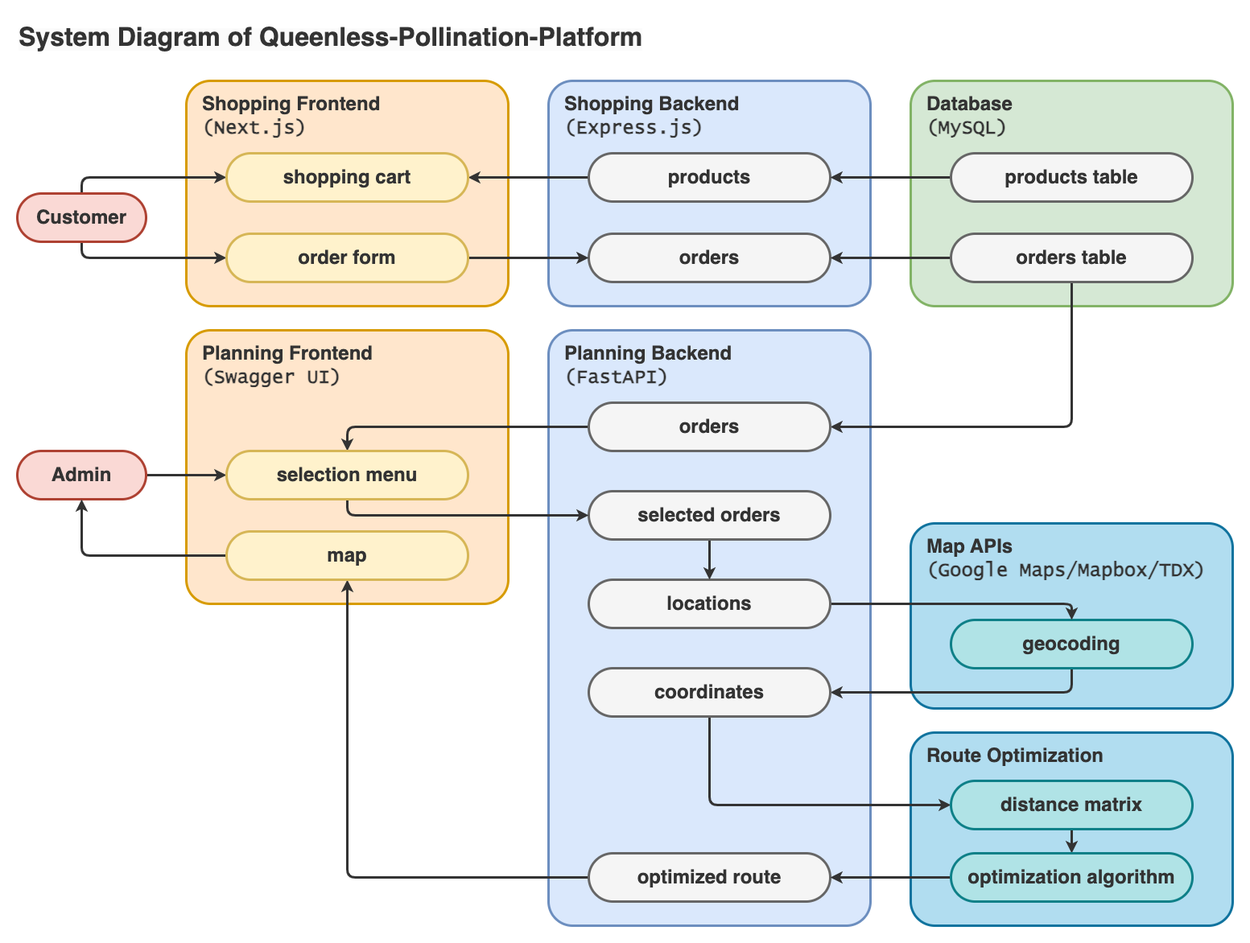
Above: system-diagram.drawio.png in andrewchiull/Queenless-Pollination-Platform (draw.io), before the change. Source tidied: cells renumbered, new cells last; positions are measured from the earlier drawing's top-left corner, leaving out a move shared by most shapes.
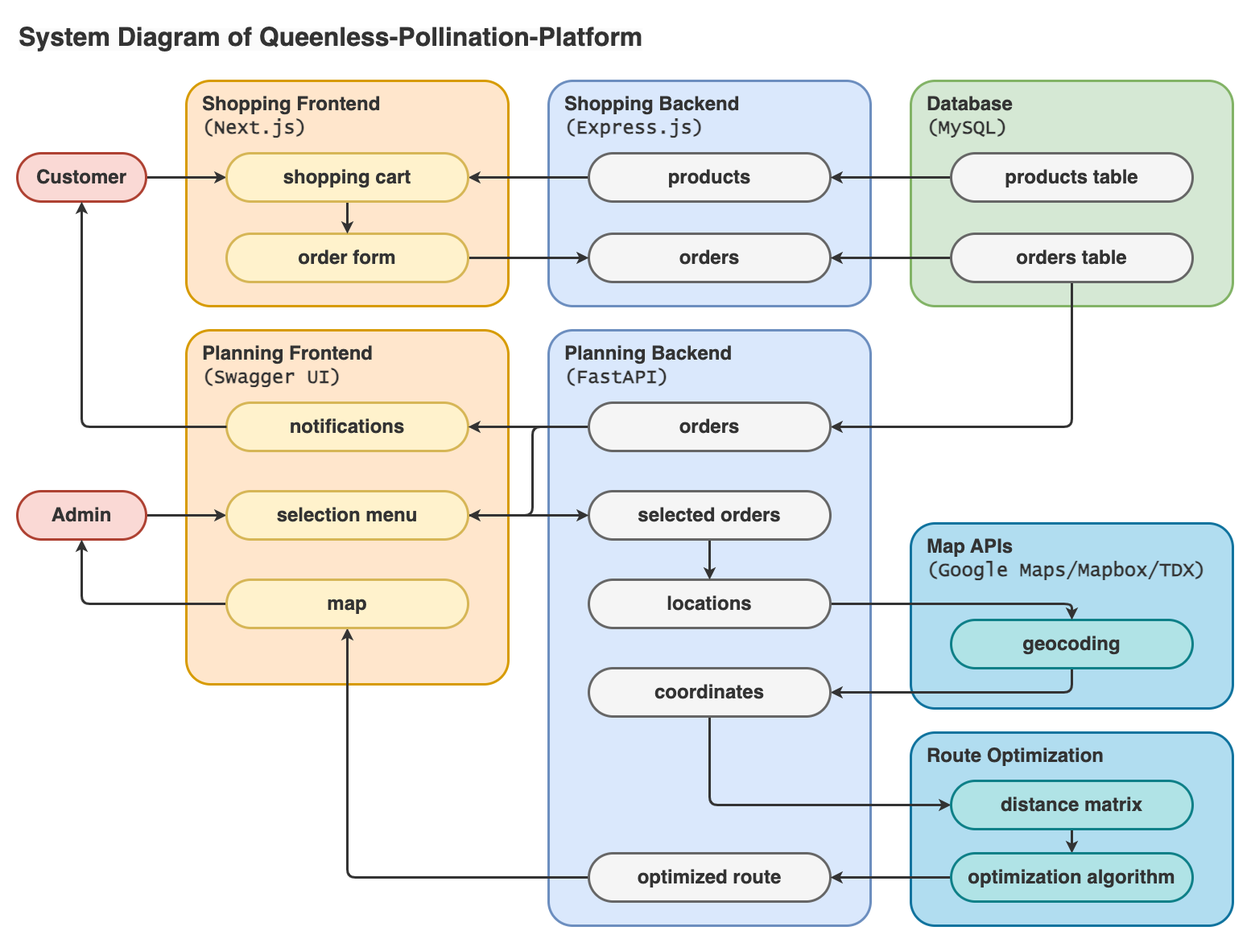
After the commit.

Commit message:
Add `notifications` in the diagram

What changed in the source:
```diff
@@ -27,7 +27,7 @@
       </mxGeometry>
     </mxCell>
     <mxCell id="9" value="&lt;b&gt;Planning Frontend&lt;br&gt;&lt;/b&gt;&lt;span style=&quot;font-family: &amp;quot;Lucida Console&amp;quot;; font-weight: 700;&quot;&gt;(Swagger UI)&lt;/span&gt;&lt;b&gt;&lt;br&gt;&lt;/b&gt;" style="rounded=1;whiteSpace=wrap;html=1;fontFamily=Helvetica;fontSize=24;align=left;strokeColor=#d79b00;strokeWidth=3;fillColor=#ffe6cc;verticalAlign=top;labelPosition=center;verticalLabelPosition=middle;spacing=0;spacingTop=10;spacingLeft=20;fontStyle=1;arcSize=60;absoluteArcSize=1;fontColor=#333333;" parent="1" vertex="1">
-      <mxGeometry x="210" y="390" width="400" height="340" as="geometry" />
+      <mxGeometry x="210" y="390" width="400" height="440" as="geometry" />
     </mxCell>
     <mxCell id="10" style="edgeStyle=orthogonalEdgeStyle;rounded=0;jumpStyle=none;orthogonalLoop=1;jettySize=auto;elbow=vertical;html=1;exitX=0;exitY=0.5;exitDx=0;exitDy=0;strokeColor=#333333;strokeWidth=3;fontSize=16;fontColor=#333333;startArrow=none;startFill=0;endSize=16;sourcePerimeterSpacing=10;targetPerimeterSpacing=10;fillColor=none;" parent="1" edge="1">
       <mxGeometry relative="1" as="geometry">
@@ -53,20 +53,17 @@
     <mxCell id="16" value="products" style="rounded=1;whiteSpace=wrap;html=1;fontSize=24;fillColor=#f5f5f5;strokeColor=#666666;strokeWidth=3;fontStyle=1;spacing=0;spacingTop=0;spacingLeft=0;fontColor=#333333;arcSize=60;absoluteArcSize=1;" parent="1" vertex="1">
       <mxGeometry x="710" y="170" width="300" height="60" as="geometry" />
     </mxCell>
-    <mxCell id="17" style="edgeStyle=orthogonalEdgeStyle;html=1;exitX=0.5;exitY=0;exitDx=0;exitDy=0;entryX=0;entryY=0.5;entryDx=0;entryDy=0;fontColor=#333333;strokeWidth=3;strokeColor=#333333;" parent="1" edge="1" source="19" target="24">
+    <mxCell id="17" style="edgeStyle=orthogonalEdgeStyle;html=1;exitX=1;exitY=0.5;exitDx=0;exitDy=0;entryX=0;entryY=0.5;entryDx=0;entryDy=0;fontColor=#333333;strokeWidth=3;strokeColor=#333333;" parent="1" edge="1" source="19" target="24">
       <mxGeometry relative="1" as="geometry" />
     </mxCell>
-    <mxCell id="18" style="edgeStyle=orthogonalEdgeStyle;html=1;exitX=0.5;exitY=1;exitDx=0;exitDy=0;entryX=0;entryY=0.5;entryDx=0;entryDy=0;fontColor=#333333;strokeWidth=3;strokeColor=#333333;" parent="1" edge="1" source="19" target="23">
-      <mxGeometry relative="1" as="geometry" />
-    </mxCell>
     <mxCell id="19" value="&lt;span style=&quot;&quot;&gt;Customer&lt;/span&gt;" style="rounded=1;whiteSpace=wrap;html=1;fontSize=24;fillColor=#fad9d5;strokeColor=#ae4132;strokeWidth=3;fontStyle=1;spacing=0;spacingTop=0;spacingLeft=0;arcSize=60;absoluteArcSize=1;fontColor=#333333;" parent="1" vertex="1">
-      <mxGeometry y="220" width="160" height="60" as="geometry" />
+      <mxGeometry y="170" width="160" height="60" as="geometry" />
     </mxCell>
     <mxCell id="20" style="edgeStyle=orthogonalEdgeStyle;html=1;exitX=1;exitY=0.5;exitDx=0;exitDy=0;entryX=0;entryY=0.5;entryDx=0;entryDy=0;fontColor=#333333;strokeWidth=3;strokeColor=#333333;" parent="1" edge="1" source="21" target="47">
       <mxGeometry relative="1" as="geometry" />
     </mxCell>
     <mxCell id="21" value="&lt;span style=&quot;&quot;&gt;Admin&lt;/span&gt;" style="rounded=1;whiteSpace=wrap;html=1;fontSize=24;fillColor=#fad9d5;strokeColor=#ae4132;strokeWidth=3;fontStyle=1;spacing=0;spacingTop=0;spacingLeft=0;arcSize=60;absoluteArcSize=1;fontColor=#333333;" parent="1" vertex="1">
-      <mxGeometry y="540" width="160" height="60" as="geometry" />
+      <mxGeometry y="590" width="160" height="60" as="geometry" />
     </mxCell>
     <mxCell id="22" style="edgeStyle=orthogonalEdgeStyle;html=1;exitX=1;exitY=0.5;exitDx=0;exitDy=0;entryX=0;entryY=0.5;entryDx=0;entryDy=0;strokeWidth=3;fontColor=#333333;strokeColor=#333333;" parent="1" edge="1" source="23" target="14">
       <mxGeometry relative="1" as="geometry" />
@@ -74,6 +71,9 @@
     <mxCell id="23" value="&lt;span style=&quot;&quot;&gt;order form&lt;/span&gt;" style="rounded=1;whiteSpace=wrap;html=1;fontSize=24;fillColor=#fff2cc;strokeColor=#d6b656;strokeWidth=3;fontStyle=1;spacing=0;spacingTop=0;spacingLeft=0;arcSize=60;absoluteArcSize=1;fontColor=#333333;" parent="1" vertex="1">
       <mxGeometry x="260" y="270" width="300" height="60" as="geometry" />
     </mxCell>
+    <mxCell id="48" style="edgeStyle=orthogonalEdgeStyle;shape=connector;rounded=1;html=1;exitX=0.5;exitY=1;exitDx=0;exitDy=0;entryX=0.5;entryY=0;entryDx=0;entryDy=0;labelBackgroundColor=default;strokeColor=#333333;strokeWidth=3;fontFamily=Helvetica;fontSize=11;fontColor=#333333;endArrow=classic;" parent="1" edge="1" source="24" target="23">
+      <mxGeometry relative="1" as="geometry" />
+    </mxCell>
     <mxCell id="24" value="&lt;span style=&quot;&quot;&gt;shopping cart&lt;/span&gt;" style="rounded=1;whiteSpace=wrap;html=1;fontSize=24;fillColor=#fff2cc;strokeColor=#d6b656;strokeWidth=3;fontStyle=1;spacing=0;spacingTop=0;spacingLeft=0;arcSize=60;absoluteArcSize=1;fontColor=#333333;" parent="1" vertex="1">
       <mxGeometry x="260" y="170" width="300" height="60" as="geometry" />
     </mxCell>
@@ -110,9 +110,20 @@
     <mxCell id="35" value="orders table" style="rounded=1;whiteSpace=wrap;html=1;fontSize=24;strokeWidth=3;fontStyle=1;spacing=0;spacingTop=0;spacingLeft=0;fillColor=#f5f5f5;strokeColor=#666666;fontColor=#333333;arcSize=60;absoluteArcSize=1;" parent="1" vertex="1">
       <mxGeometry x="1160" y="270" width="300" height="60" as="geometry" />
     </mxCell>
-    <mxCell id="36" style="edgeStyle=orthogonalEdgeStyle;html=1;exitX=0;exitY=0.5;exitDx=0;exitDy=0;entryX=0.5;entryY=0;entryDx=0;entryDy=0;strokeWidth=3;fontColor=#333333;strokeColor=#333333;" parent="1" edge="1" source="37" target="47">
-      <mxGeometry relative="1" as="geometry" />
+    <mxCell id="36" style="edgeStyle=orthogonalEdgeStyle;html=1;exitX=0;exitY=0.5;exitDx=0;exitDy=0;strokeWidth=3;fontColor=#333333;strokeColor=#333333;" parent="1" edge="1" source="37" target="47">
+      <mxGeometry relative="1" as="geometry">
+        <Array as="points">
+          <mxPoint x="640" y="510" />
+          <mxPoint x="640" y="620" />
+        </Array>
+      </mxGeometry>
     </mxCell>
+    <mxCell id="49" value="notifications" style="rounded=1;whiteSpace=wrap;html=1;fontSize=24;fillColor=#fff2cc;strokeColor=#d6b656;strokeWidth=3;fontStyle=1;spacing=0;spacingTop=0;spacingLeft=0;arcSize=60;absoluteArcSize=1;fontColor=#333333;" parent="36" vertex="1">
+      <mxGeometry x="280" y="500" width="300" height="60" as="geometry" />
+    </mxCell>
+    <mxCell id="50" style="edgeStyle=orthogonalEdgeStyle;shape=connector;rounded=1;html=1;exitX=0;exitY=0.5;exitDx=0;exitDy=0;entryX=1;entryY=0.5;entryDx=0;entryDy=0;labelBackgroundColor=default;strokeColor=#333333;strokeWidth=3;fontFamily=Helvetica;fontSize=24;fontColor=#333333;endArrow=classic;" parent="1" edge="1" source="37" target="49">
+      <mxGeometry relative="1" as="geometry" />
+    </mxCell>
     <mxCell id="37" value="orders" style="rounded=1;whiteSpace=wrap;html=1;fontSize=24;strokeWidth=3;fontStyle=1;spacing=0;spacingTop=0;spacingLeft=0;fillColor=#f5f5f5;strokeColor=#666666;fontColor=#333333;arcSize=60;absoluteArcSize=1;" parent="1" vertex="1">
       <mxGeometry x="710" y="480" width="300" height="60" as="geometry" />
     </mxCell>
@@ -128,7 +139,7 @@
     <mxCell id="41" value="&lt;span style=&quot;&quot;&gt;optimized route&lt;/span&gt;" style="rounded=1;whiteSpace=wrap;html=1;fontSize=24;fillColor=#f5f5f5;strokeColor=#666666;strokeWidth=3;fontStyle=1;spacing=0;spacingTop=0;spacingLeft=0;fontColor=#333333;arcSize=60;absoluteArcSize=1;" parent="1" vertex="1">
       <mxGeometry x="710" y="1040" width="300" height="60" as="geometry" />
     </mxCell>
-    <mxCell id="42" style="edgeStyle=orthogonalEdgeStyle;html=1;exitX=0.5;exitY=1;exitDx=0;exitDy=0;entryX=0;entryY=0.5;entryDx=0;entryDy=0;strokeWidth=3;fontColor=#333333;strokeColor=#333333;" parent="1" edge="1" source="47" target="39">
+    <mxCell id="42" style="edgeStyle=orthogonalEdgeStyle;html=1;exitX=1;exitY=0.5;exitDx=0;exitDy=0;entryX=0;entryY=0.5;entryDx=0;entryDy=0;strokeWidth=3;fontColor=#333333;strokeColor=#333333;" parent="1" edge="1" source="47" target="39">
       <mxGeometry relative="1" as="geometry" />
     </mxCell>
     <mxCell id="43" style="edgeStyle=orthogonalEdgeStyle;html=1;exitX=0;exitY=0.5;exitDx=0;exitDy=0;entryX=1;entryY=0.5;entryDx=0;entryDy=0;strokeWidth=3;fontColor=#333333;strokeColor=#333333;" parent="1" edge="1" source="44" target="41">
@@ -141,10 +152,13 @@
       <mxGeometry relative="1" as="geometry" />
     </mxCell>
     <mxCell id="46" value="&lt;b&gt;map&lt;br&gt;&lt;/b&gt;" style="rounded=1;whiteSpace=wrap;html=1;fontSize=24;fillColor=#fff2cc;strokeColor=#d6b656;strokeWidth=3;align=center;verticalAlign=middle;fontStyle=1;spacing=0;spacingTop=0;spacingLeft=0;arcSize=60;absoluteArcSize=1;fontColor=#333333;" parent="1" vertex="1">
-      <mxGeometry x="260" y="640" width="300" height="60" as="geometry" />
+      <mxGeometry x="260" y="700" width="300" height="60" as="geometry" />
     </mxCell>
     <mxCell id="47" value="&lt;span style=&quot;&quot;&gt;selection menu&lt;/span&gt;" style="rounded=1;whiteSpace=wrap;html=1;fontSize=24;fillColor=#fff2cc;strokeColor=#d6b656;strokeWidth=3;fontStyle=1;spacing=0;spacingTop=0;spacingLeft=0;arcSize=60;absoluteArcSize=1;fontColor=#333333;" parent="1" vertex="1">
-      <mxGeometry x="260" y="540" width="300" height="60" as="geometry" />
+      <mxGeometry x="260" y="590" width="300" height="60" as="geometry" />
     </mxCell>
+    <mxCell id="51" style="edgeStyle=orthogonalEdgeStyle;shape=connector;rounded=1;html=1;exitX=0;exitY=0.5;exitDx=0;exitDy=0;labelBackgroundColor=default;strokeColor=#333333;strokeWidth=3;fontFamily=Helvetica;fontSize=24;fontColor=#333333;endArrow=classic;" parent="1" edge="1" source="49" target="19">
+      <mxGeometry relative="1" as="geometry" />
+    </mxCell>
   </root>
 </mxGraphModel>
```
